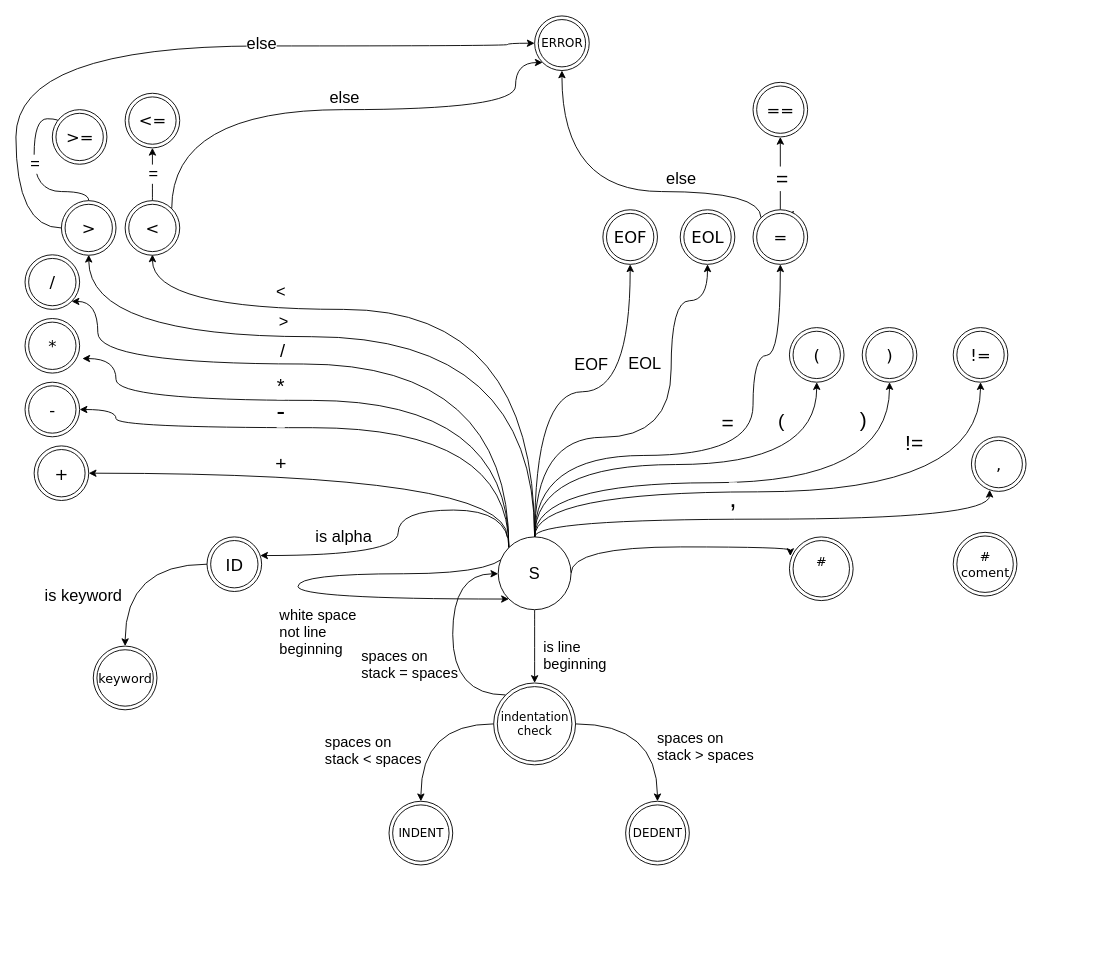
Earlier version of the draw.io diagram fsm.drawio (otcen4s/IFJ-project2019). Source tidied: cells renumbered, new cells numbered last; positions are measured from the earlier drawing's top-left corner, leaving out a move shared by most shapes. Both pictures are drawn from the tidied source at 91%, with x=0, y=0 at pixel (15, 15).
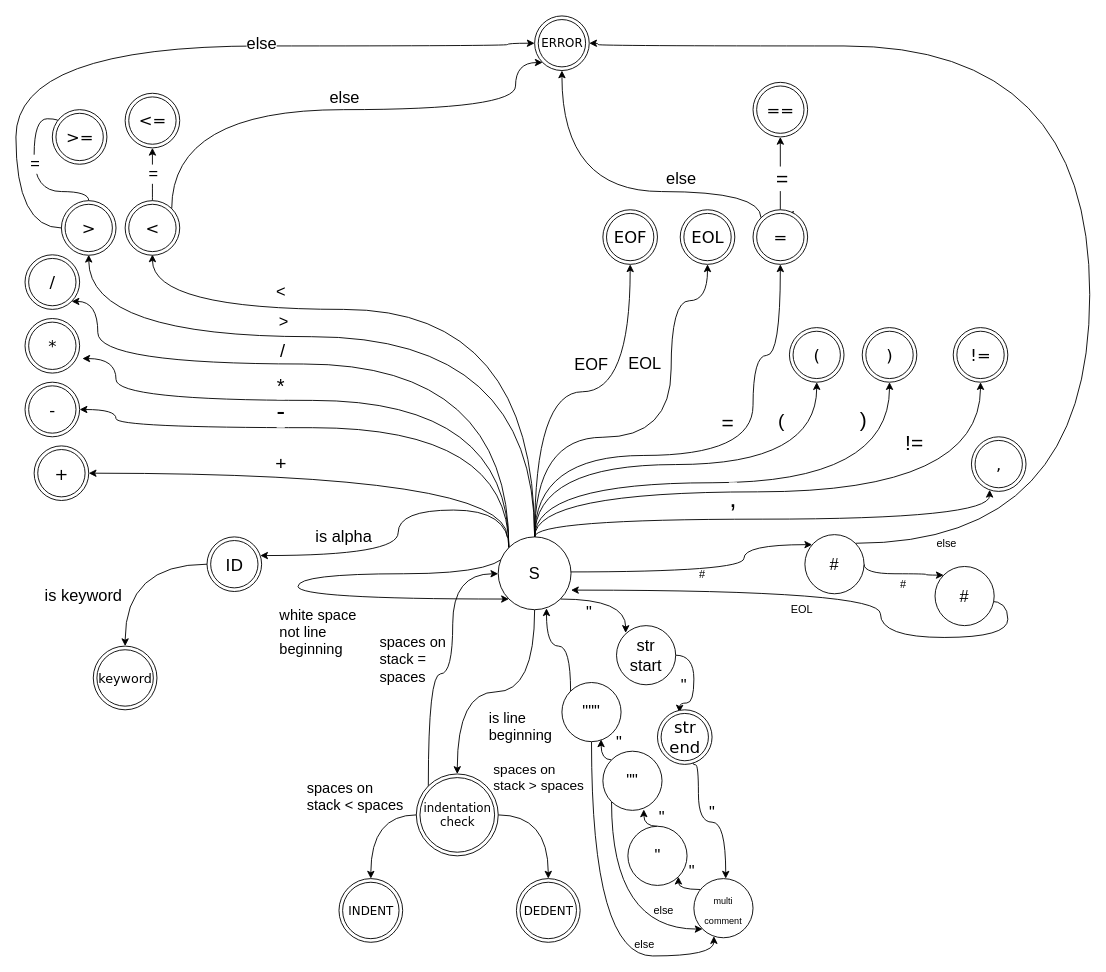
The same page after the edit.

Commit message:
fsm- string processing

The change refers to these unchanged cells:
```xml
<mxCell id="32" value="&lt;font style=&quot;font-size: 18px;&quot;&gt;S&lt;/font&gt;" style="ellipse;whiteSpace=wrap;html=1;fontSize=18;" parent="1" vertex="1">
  <mxGeometry x="530" y="572.5" width="80" height="80" as="geometry" />
</mxCell>
<mxCell id="69" value="ERROR" style="ellipse;shape=doubleEllipse;html=1;dashed=0;whitespace=wrap;fontFamily=Verdana;fontSize=13;verticalAlign=middle;" parent="1" vertex="1">
  <mxGeometry x="570" width="60" height="60" as="geometry" />
</mxCell>
```

Diff of the diagram source:
```diff
@@
-    <mxCell id="10" style="edgeStyle=orthogonalEdgeStyle;curved=1;jettySize=auto;html=1;exitX=1;exitY=0.5;exitDx=0;exitDy=0;entryX=0.014;entryY=0.3;entryDx=0;entryDy=0;entryPerimeter=0;fontSize=18;" parent="1" edge="1" source="32" target="68">
+    <mxCell id="10" style="edgeStyle=orthogonalEdgeStyle;curved=1;orthogonalLoop=1;jettySize=auto;html=1;exitX=1;exitY=0.5;exitDx=0;exitDy=0;fontSize=18;" parent="1" edge="1">
       <mxGeometry relative="1" as="geometry">
+        <mxPoint x="605" y="611" as="sourcePoint" />
+        <mxPoint x="875" y="581" as="targetPoint" />
         <Array as="points">
-          <mxPoint x="610" y="583.5" />
+          <mxPoint x="800" y="611" />
+          <mxPoint x="800" y="581" />
         </Array>
       </mxGeometry>
     </mxCell>
@@
+    <mxCell id="82" style="edgeStyle=orthogonalEdgeStyle;curved=1;jettySize=auto;html=1;exitX=1;exitY=1;exitDx=0;exitDy=0;entryX=0.5;entryY=0;entryDx=0;entryDy=0;" parent="1" edge="1" source="32">
+      <mxGeometry relative="1" as="geometry">
+        <mxPoint x="670" y="678" as="targetPoint" />
+      </mxGeometry>
+    </mxCell>
@@
     <mxCell id="64" style="edgeStyle=orthogonalEdgeStyle;curved=1;jettySize=auto;html=1;exitX=0;exitY=0;exitDx=0;exitDy=0;fontSize=29;" parent="1" edge="1" source="65" target="32">
       <mxGeometry relative="1" as="geometry">
         <Array as="points">
-          <mxPoint x="480" y="746" />
+          <mxPoint x="453" y="723" />
+          <mxPoint x="480" y="723" />
           <mxPoint x="480" y="613" />
         </Array>
       </mxGeometry>
     </mxCell>
     <mxCell id="65" value="&lt;div style=&quot;font-size: 13px;&quot;&gt;indentation&lt;/div&gt;&lt;div style=&quot;font-size: 13px;&quot;&gt;check&lt;br style=&quot;font-size: 13px;&quot;&gt;&lt;/div&gt;" style="ellipse;shape=doubleEllipse;html=1;dashed=0;whitespace=wrap;fontFamily=Verdana;fontSize=13;" parent="1" vertex="1">
-      <mxGeometry x="525" y="733" width="90" height="90" as="geometry" />
+      <mxGeometry x="440" y="833" width="90" height="90" as="geometry" />
     </mxCell>
     <mxCell id="66" value="DEDENT" style="ellipse;shape=doubleEllipse;html=1;dashed=0;whitespace=wrap;fontFamily=Verdana;fontSize=13;" parent="1" vertex="1">
-      <mxGeometry x="670" y="863" width="70" height="70" as="geometry" />
+      <mxGeometry x="550" y="948" width="70" height="70" as="geometry" />
     </mxCell>
     <mxCell id="67" value="INDENT" style="ellipse;shape=doubleEllipse;html=1;dashed=0;whitespace=wrap;fontFamily=Verdana;fontSize=13;" parent="1" vertex="1">
-      <mxGeometry x="410" y="863" width="70" height="70" as="geometry" />
+      <mxGeometry x="355" y="948" width="70" height="70" as="geometry" />
     </mxCell>
-    <mxCell id="68" value="&lt;div style=&quot;font-size: 14px&quot;&gt;&lt;font style=&quot;font-size: 14px&quot;&gt;#&lt;/font&gt; &lt;br style=&quot;font-size: 14px&quot;&gt;&lt;/div&gt;&lt;div style=&quot;font-size: 14px&quot;&gt;&lt;br style=&quot;font-size: 14px&quot;&gt;&lt;/div&gt;" style="ellipse;shape=doubleEllipse;html=1;dashed=0;whitespace=wrap;fontFamily=Verdana;fontSize=14;" parent="1" vertex="1">
-      <mxGeometry x="850" y="572.5" width="70" height="70" as="geometry" />
-    </mxCell>
@@
     <mxCell id="75" value="&lt;div style=&quot;font-size: 16px&quot;&gt;&lt;font style=&quot;font-size: 16px&quot;&gt;spaces on&lt;/font&gt;&lt;/div&gt;&lt;div style=&quot;font-size: 16px&quot;&gt;&lt;font style=&quot;font-size: 16px&quot;&gt; stack &amp;lt; spaces&lt;br&gt;&lt;/font&gt;&lt;/div&gt;" style="text;html=1;align=left;verticalAlign=top;spacingTop=1;fontSize=16;rotation=0;spacing=0;" parent="1" vertex="1">
-      <mxGeometry x="340" y="783" width="120" height="40" as="geometry" />
+      <mxGeometry x="320" y="833" width="120" height="40" as="geometry" />
     </mxCell>
-    <mxCell id="76" value="&lt;div style=&quot;font-size: 16px&quot;&gt;&lt;font style=&quot;font-size: 16px&quot;&gt;spaces on&lt;/font&gt;&lt;/div&gt;&lt;div style=&quot;font-size: 16px&quot;&gt;&lt;font style=&quot;font-size: 16px&quot;&gt; stack &amp;gt; spaces&lt;br&gt;&lt;/font&gt;&lt;/div&gt;" style="text;html=1;align=left;verticalAlign=top;spacingTop=1;fontSize=16;rotation=0;spacing=0;" parent="1" vertex="1">
-      <mxGeometry x="705" y="778" width="120" height="40" as="geometry" />
+    <mxCell id="76" value="&lt;div style=&quot;font-size: 15px&quot;&gt;&lt;font style=&quot;font-size: 15px&quot;&gt;spaces on&lt;/font&gt;&lt;/div&gt;&lt;div style=&quot;font-size: 15px&quot;&gt;&lt;font style=&quot;font-size: 15px&quot;&gt; stack &amp;gt; spaces&lt;br&gt;&lt;/font&gt;&lt;/div&gt;" style="text;html=1;align=left;verticalAlign=top;spacingTop=1;fontSize=16;rotation=0;spacing=0;" parent="1" vertex="1">
+      <mxGeometry x="525" y="813" width="120" height="40" as="geometry" />
     </mxCell>
-    <mxCell id="77" value="&lt;div style=&quot;font-size: 16px&quot;&gt;&lt;font style=&quot;font-size: 16px&quot;&gt;spaces on&lt;/font&gt;&lt;/div&gt;&lt;div style=&quot;font-size: 16px&quot;&gt;&lt;font style=&quot;font-size: 16px&quot;&gt; stack = spaces&lt;br&gt;&lt;/font&gt;&lt;/div&gt;" style="text;html=1;align=left;verticalAlign=top;spacingTop=1;fontSize=16;rotation=0;spacing=0;" parent="1" vertex="1">
-      <mxGeometry x="380" y="687.5" width="120" height="40" as="geometry" />
+    <mxCell id="77" value="&lt;div style=&quot;font-size: 16px&quot;&gt;&lt;font style=&quot;font-size: 16px&quot;&gt;spaces on&lt;/font&gt;&lt;/div&gt;&lt;div style=&quot;font-size: 16px&quot;&gt;&lt;font style=&quot;font-size: 16px&quot;&gt; stack =&lt;/font&gt;&lt;/div&gt;&lt;div style=&quot;font-size: 16px&quot;&gt;&lt;font style=&quot;font-size: 16px&quot;&gt; spaces&lt;br&gt;&lt;/font&gt;&lt;/div&gt;" style="text;html=1;align=left;verticalAlign=top;spacingTop=1;fontSize=16;rotation=0;spacing=0;" parent="1" vertex="1">
+      <mxGeometry x="400" y="672.5" width="90" height="60" as="geometry" />
     </mxCell>
     <mxCell id="78" value="&lt;div&gt;is line&lt;/div&gt;&lt;div&gt; beginning&lt;/div&gt;" style="text;html=1;align=left;verticalAlign=top;spacingTop=1;fontSize=16;rotation=0;spacing=0;" parent="1" vertex="1">
-      <mxGeometry x="580" y="678" width="90" height="40" as="geometry" />
+      <mxGeometry x="520" y="755.5" width="90" height="40" as="geometry" />
     </mxCell>
@@
-    <mxCell id="81" value="&lt;div style=&quot;font-size: 14px;&quot;&gt;&lt;font style=&quot;font-size: 14px;&quot;&gt;#&lt;/font&gt; &lt;br style=&quot;font-size: 14px;&quot;&gt;&lt;/div&gt;&lt;div style=&quot;font-size: 14px;&quot;&gt;coment&lt;br style=&quot;font-size: 14px;&quot;&gt;&lt;/div&gt;" style="ellipse;shape=doubleEllipse;html=1;dashed=0;whitespace=wrap;fontFamily=Verdana;fontSize=14;" parent="1" vertex="1">
-      <mxGeometry x="1030" y="567.5" width="70" height="70" as="geometry" />
-    </mxCell>
+    <mxCell id="83" style="edgeStyle=orthogonalEdgeStyle;curved=1;jettySize=auto;html=1;exitX=1;exitY=0.5;exitDx=0;exitDy=0;entryX=1;entryY=0.731;entryDx=0;entryDy=0;entryPerimeter=0;" parent="1" edge="1" target="32">
+      <mxGeometry relative="1" as="geometry">
+        <mxPoint x="1070" y="643" as="sourcePoint" />
+        <Array as="points">
+          <mxPoint x="1090" y="643" />
+          <mxPoint x="1090" y="683" />
+          <mxPoint x="950" y="683" />
+          <mxPoint x="950" y="631" />
+        </Array>
+      </mxGeometry>
+    </mxCell>
+    <mxCell id="84" style="edgeStyle=orthogonalEdgeStyle;curved=1;jettySize=auto;html=1;exitX=1;exitY=0.5;exitDx=0;exitDy=0;entryX=0;entryY=0;entryDx=0;entryDy=0;" parent="1" edge="1" source="86" target="112">
+      <mxGeometry relative="1" as="geometry">
+        <Array as="points">
+          <mxPoint x="932" y="613" />
+          <mxPoint x="1000" y="613" />
+          <mxPoint x="1000" y="615" />
+        </Array>
+      </mxGeometry>
+    </mxCell>
+    <mxCell id="85" style="edgeStyle=orthogonalEdgeStyle;curved=1;jettySize=auto;html=1;exitX=1;exitY=0;exitDx=0;exitDy=0;entryX=1;entryY=0.5;entryDx=0;entryDy=0;" parent="1" edge="1" source="86" target="69">
+      <mxGeometry relative="1" as="geometry">
+        <Array as="points">
+          <mxPoint x="1180" y="580" />
+          <mxPoint x="1180" y="33" />
+          <mxPoint x="640" y="33" />
+          <mxPoint x="640" y="30" />
+        </Array>
+      </mxGeometry>
+    </mxCell>
+    <mxCell id="86" value="#" style="ellipse;whiteSpace=wrap;html=1;fontSize=18;" parent="1" vertex="1">
+      <mxGeometry x="867" y="570" width="65" height="65" as="geometry" />
+    </mxCell>
+    <mxCell id="87" value="#" style="text;html=1;align=left;verticalAlign=top;spacingTop=-4;" parent="1" vertex="1">
+      <mxGeometry x="749" y="604" width="20" height="20" as="geometry" />
+    </mxCell>
+    <mxCell id="88" value="#" style="text;html=1;align=left;verticalAlign=top;spacingTop=-4;" parent="1" vertex="1">
+      <mxGeometry x="970" y="615" width="20" height="20" as="geometry" />
+    </mxCell>
+    <mxCell id="89" value="else" style="text;html=1;align=left;verticalAlign=top;spacingTop=-4;" parent="1" vertex="1">
+      <mxGeometry x="1010" y="570" width="40" height="20" as="geometry" />
+    </mxCell>
+    <mxCell id="90" value="&lt;font style=&quot;font-size: 18px&quot;&gt;&quot;&lt;/font&gt;" style="text;html=1;align=left;verticalAlign=top;spacingTop=-4;" parent="1" vertex="1">
+      <mxGeometry x="625" y="643" width="20" height="20" as="geometry" />
+    </mxCell>
+    <mxCell id="91" style="edgeStyle=orthogonalEdgeStyle;curved=1;jettySize=auto;html=1;exitX=0.733;exitY=0.942;exitDx=0;exitDy=0;exitPerimeter=0;" parent="1" edge="1" source="95">
+      <mxGeometry relative="1" as="geometry">
+        <mxPoint x="780" y="948" as="targetPoint" />
+        <Array as="points">
+          <mxPoint x="744" y="823" />
+          <mxPoint x="750" y="823" />
+          <mxPoint x="750" y="886" />
+          <mxPoint x="780" y="886" />
+        </Array>
+      </mxGeometry>
+    </mxCell>
+    <mxCell id="92" style="edgeStyle=orthogonalEdgeStyle;curved=1;jettySize=auto;html=1;exitX=1;exitY=0.5;exitDx=0;exitDy=0;" parent="1" edge="1" source="93">
+      <mxGeometry relative="1" as="geometry">
+        <mxPoint x="729" y="765.5" as="targetPoint" />
+      </mxGeometry>
+    </mxCell>
+    <mxCell id="93" value="&lt;div&gt;str&lt;/div&gt;&lt;div&gt;start&lt;br&gt;&lt;/div&gt;" style="ellipse;whiteSpace=wrap;html=1;fontSize=18;" parent="1" vertex="1">
+      <mxGeometry x="660" y="670" width="65" height="65" as="geometry" />
+    </mxCell>
+    <mxCell id="94" style="edgeStyle=orthogonalEdgeStyle;curved=1;jettySize=auto;html=1;exitX=0;exitY=0;exitDx=0;exitDy=0;entryX=1;entryY=1;entryDx=0;entryDy=0;" parent="1" edge="1" target="99">
+      <mxGeometry relative="1" as="geometry">
+        <mxPoint x="752" y="960" as="sourcePoint" />
+      </mxGeometry>
+    </mxCell>
+    <mxCell id="95" value="&lt;div&gt;str&lt;/div&gt;&lt;div&gt;end&lt;br&gt;&lt;/div&gt;" style="ellipse;shape=doubleEllipse;html=1;dashed=0;whitespace=wrap;fontFamily=Verdana;fontSize=18;" parent="1" vertex="1">
+      <mxGeometry x="705" y="762.5" width="60" height="60" as="geometry" />
+    </mxCell>
+    <mxCell id="96" value="&lt;font style=&quot;font-size: 18px&quot;&gt;&quot;&lt;/font&gt;" style="text;html=1;align=left;verticalAlign=top;spacingTop=-4;" parent="1" vertex="1">
+      <mxGeometry x="729" y="722.5" width="20" height="20" as="geometry" />
+    </mxCell>
+    <mxCell id="97" value="&lt;font style=&quot;font-size: 18px&quot;&gt;&quot;&lt;/font&gt;" style="text;html=1;align=left;verticalAlign=top;spacingTop=-4;" parent="1" vertex="1">
+      <mxGeometry x="760" y="863" width="20" height="20" as="geometry" />
+    </mxCell>
+    <mxCell id="98" style="edgeStyle=orthogonalEdgeStyle;curved=1;jettySize=auto;html=1;exitX=0.5;exitY=0;exitDx=0;exitDy=0;entryX=0.692;entryY=0.985;entryDx=0;entryDy=0;entryPerimeter=0;" parent="1" edge="1" source="99" target="102">
+      <mxGeometry relative="1" as="geometry" />
+    </mxCell>
+    <mxCell id="99" value="&quot;" style="ellipse;whiteSpace=wrap;html=1;fontSize=18;" parent="1" vertex="1">
+      <mxGeometry x="672.5" y="890.5" width="65" height="65" as="geometry" />
+    </mxCell>
+    <mxCell id="100" style="edgeStyle=orthogonalEdgeStyle;curved=1;jettySize=auto;html=1;exitX=0;exitY=0;exitDx=0;exitDy=0;entryX=0.662;entryY=0.962;entryDx=0;entryDy=0;entryPerimeter=0;" parent="1" edge="1" source="102" target="105">
+      <mxGeometry relative="1" as="geometry" />
+    </mxCell>
+    <mxCell id="101" style="edgeStyle=orthogonalEdgeStyle;curved=1;jettySize=auto;html=1;exitX=0;exitY=1;exitDx=0;exitDy=0;entryX=0;entryY=1;entryDx=0;entryDy=0;" parent="1" edge="1" source="102" target="113">
+      <mxGeometry relative="1" as="geometry">
+        <Array as="points">
+          <mxPoint x="655" y="1003" />
+        </Array>
+      </mxGeometry>
+    </mxCell>
+    <mxCell id="102" value="&quot;&quot;" style="ellipse;whiteSpace=wrap;html=1;fontSize=18;" parent="1" vertex="1">
+      <mxGeometry x="645" y="808" width="65" height="65" as="geometry" />
+    </mxCell>
+    <mxCell id="103" style="edgeStyle=orthogonalEdgeStyle;curved=1;jettySize=auto;html=1;exitX=0;exitY=0;exitDx=0;exitDy=0;entryX=0.663;entryY=0.981;entryDx=0;entryDy=0;entryPerimeter=0;" parent="1" edge="1" source="105" target="32">
+      <mxGeometry relative="1" as="geometry" />
+    </mxCell>
+    <mxCell id="104" style="edgeStyle=orthogonalEdgeStyle;curved=1;jettySize=auto;html=1;exitX=0.5;exitY=1;exitDx=0;exitDy=0;" parent="1" edge="1" source="105" target="113">
+      <mxGeometry relative="1" as="geometry">
+        <Array as="points">
+          <mxPoint x="633" y="1033" />
+          <mxPoint x="767" y="1033" />
+        </Array>
+      </mxGeometry>
+    </mxCell>
+    <mxCell id="105" value="&quot;&quot;&quot;" style="ellipse;whiteSpace=wrap;html=1;fontSize=18;" parent="1" vertex="1">
+      <mxGeometry x="600" y="732.5" width="65" height="65" as="geometry" />
+    </mxCell>
+    <mxCell id="106" value="&lt;font style=&quot;font-size: 18px&quot;&gt;&quot;&lt;/font&gt;" style="text;html=1;align=left;verticalAlign=top;spacingTop=-4;" parent="1" vertex="1">
+      <mxGeometry x="737.5" y="928" width="20" height="20" as="geometry" />
+    </mxCell>
+    <mxCell id="107" value="&lt;font style=&quot;font-size: 18px&quot;&gt;&quot;&lt;/font&gt;" style="text;html=1;align=left;verticalAlign=top;spacingTop=-4;" parent="1" vertex="1">
+      <mxGeometry x="705" y="868" width="20" height="20" as="geometry" />
+    </mxCell>
+    <mxCell id="108" value="&lt;font style=&quot;font-size: 18px&quot;&gt;&quot;&lt;/font&gt;" style="text;html=1;align=left;verticalAlign=top;spacingTop=-4;" parent="1" vertex="1">
+      <mxGeometry x="657.5" y="785.5" width="20" height="20" as="geometry" />
+    </mxCell>
+    <mxCell id="109" value="else" style="text;html=1;align=left;verticalAlign=top;spacingTop=-4;" parent="1" vertex="1">
+      <mxGeometry x="677.5" y="1010.5" width="40" height="20" as="geometry" />
+    </mxCell>
+    <mxCell id="110" value="else" style="text;html=1;align=left;verticalAlign=top;spacingTop=-4;" parent="1" vertex="1">
+      <mxGeometry x="699" y="973" width="40" height="20" as="geometry" />
+    </mxCell>
+    <mxCell id="111" value="EOL" style="text;html=1;align=left;verticalAlign=top;spacingTop=-4;" parent="1" vertex="1">
+      <mxGeometry x="850" y="642.5" width="40" height="20" as="geometry" />
+    </mxCell>
+    <mxCell id="112" value="#" style="ellipse;whiteSpace=wrap;html=1;fontSize=18;" parent="1" vertex="1">
+      <mxGeometry x="1010" y="605" width="65" height="65" as="geometry" />
+    </mxCell>
+    <mxCell id="113" value="&lt;div&gt;&lt;font size=&quot;1&quot;&gt;multi&lt;/font&gt;&lt;/div&gt;&lt;div&gt;&lt;font size=&quot;1&quot;&gt;comment&lt;br&gt;&lt;/font&gt;&lt;/div&gt;" style="ellipse;whiteSpace=wrap;html=1;fontSize=18;" parent="1" vertex="1">
+      <mxGeometry x="745" y="948" width="65" height="65" as="geometry" />
+    </mxCell>
```
